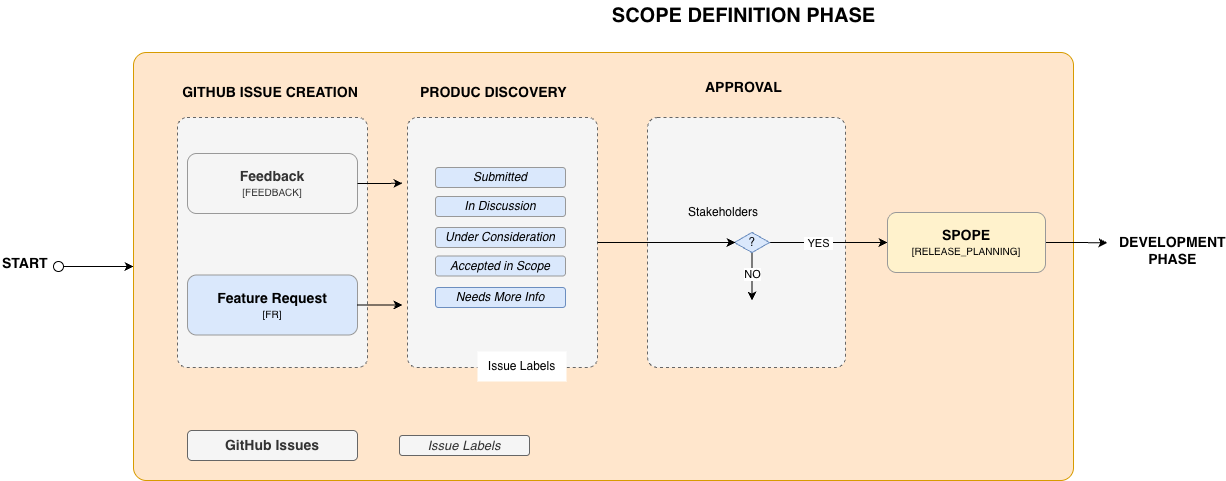
FinOps-Open-Cost-and-Usage-Spec/FOCUS_Spec keeps this draw.io diagram as guidelines/images/FOCUS-Process-scope-phase.drawio.png. Above is the earlier version. Source tidied: cells renumbered, new cells last; positions are measured from the earlier drawing's top-left corner, leaving out a move shared by most shapes.
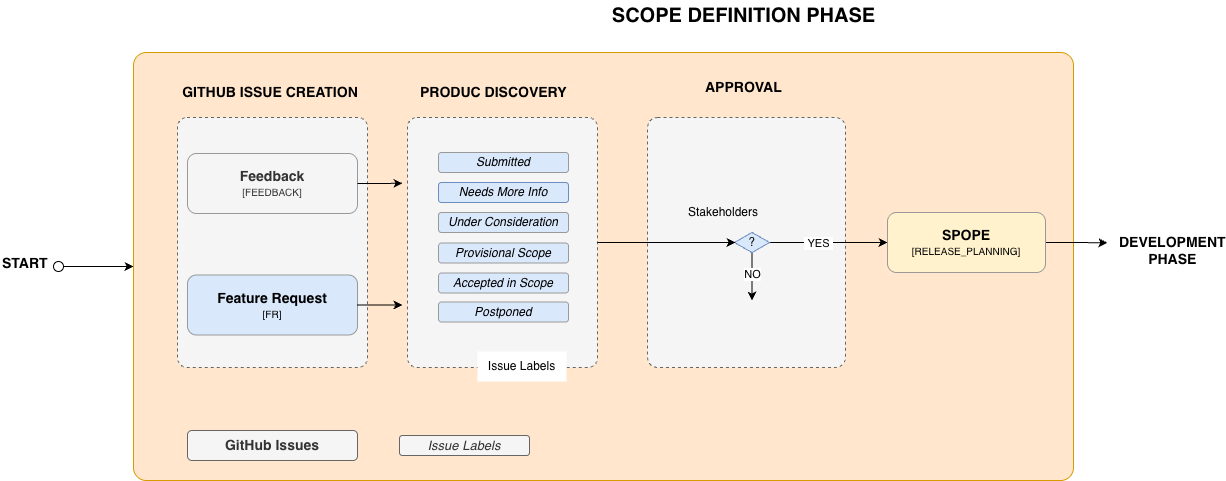
After the commit.

Commit message:
update order and list of scope labels

Change to the diagram source:
```diff
@@ -18,19 +18,19 @@
       <mxGeometry x="407" y="117" width="190" height="250" as="geometry" />
     </mxCell>
     <mxCell id="7" value="&lt;i&gt;Submitted&lt;/i&gt;" style="rounded=1;whiteSpace=wrap;html=1;fillColor=#dae8fc;strokeColor=#999999;" parent="1" vertex="1">
-      <mxGeometry x="435" y="167" width="130" height="20" as="geometry" />
+      <mxGeometry x="438" y="152" width="130" height="20" as="geometry" />
     </mxCell>
     <mxCell id="8" value="Needs More Info" style="rounded=1;whiteSpace=wrap;html=1;fillColor=#dae8fc;strokeColor=#6c8ebf;fontStyle=2;" parent="1" vertex="1">
-      <mxGeometry x="435" y="287" width="130" height="20" as="geometry" />
+      <mxGeometry x="438" y="182" width="130" height="20" as="geometry" />
     </mxCell>
     <mxCell id="9" value="&lt;font style=&quot;font-size: 12px;&quot;&gt;Under Consideration&lt;/font&gt;" style="rounded=1;whiteSpace=wrap;html=1;fillColor=#dae8fc;strokeColor=#999999;fontSize=11;fontStyle=2;" parent="1" vertex="1">
-      <mxGeometry x="435" y="227" width="130" height="20" as="geometry" />
+      <mxGeometry x="438" y="212" width="130" height="20" as="geometry" />
     </mxCell>
     <mxCell id="10" value="Accepted in Scope" style="rounded=1;whiteSpace=wrap;html=1;fillColor=#dae8fc;strokeColor=#999999;fontStyle=2;" parent="1" vertex="1">
-      <mxGeometry x="435" y="255.5" width="130" height="20" as="geometry" />
+      <mxGeometry x="438" y="272.5" width="130" height="20" as="geometry" />
     </mxCell>
-    <mxCell id="11" value="In Discussion" style="rounded=1;whiteSpace=wrap;html=1;fillColor=#dae8fc;strokeColor=#999999;fontStyle=2;" parent="1" vertex="1">
-      <mxGeometry x="435" y="196" width="130" height="20" as="geometry" />
+    <mxCell id="11" value="Postponed" style="rounded=1;whiteSpace=wrap;html=1;fillColor=#dae8fc;strokeColor=#999999;fontStyle=2;" parent="1" vertex="1">
+      <mxGeometry x="438" y="301.5" width="130" height="20" as="geometry" />
     </mxCell>
     <mxCell id="12" value="&lt;b&gt;&lt;font style=&quot;font-size: 20px;&quot;&gt;SCOPE DEFINITION PHASE&lt;/font&gt;&lt;/b&gt;" style="text;html=1;align=center;verticalAlign=middle;whiteSpace=wrap;rounded=0;" parent="1" vertex="1">
       <mxGeometry x="604" width="279" height="30" as="geometry" />
@@ -111,5 +111,8 @@
     <mxCell id="34" value="&lt;div style=&quot;text-align: center;&quot;&gt;&lt;span style=&quot;font-size: 14px;&quot;&gt;&lt;b&gt;START&lt;/b&gt;&lt;/span&gt;&lt;/div&gt;" style="text;whiteSpace=wrap;html=1;" parent="1" vertex="1">
       <mxGeometry y="247.5" width="106" height="40" as="geometry" />
     </mxCell>
+    <mxCell id="35" value="Provisional Scope" style="rounded=1;whiteSpace=wrap;html=1;fillColor=#dae8fc;strokeColor=#999999;fontStyle=2;" parent="1" vertex="1">
+      <mxGeometry x="438" y="242.5" width="130" height="20" as="geometry" />
+    </mxCell>
   </root>
 </mxGraphModel>
```
